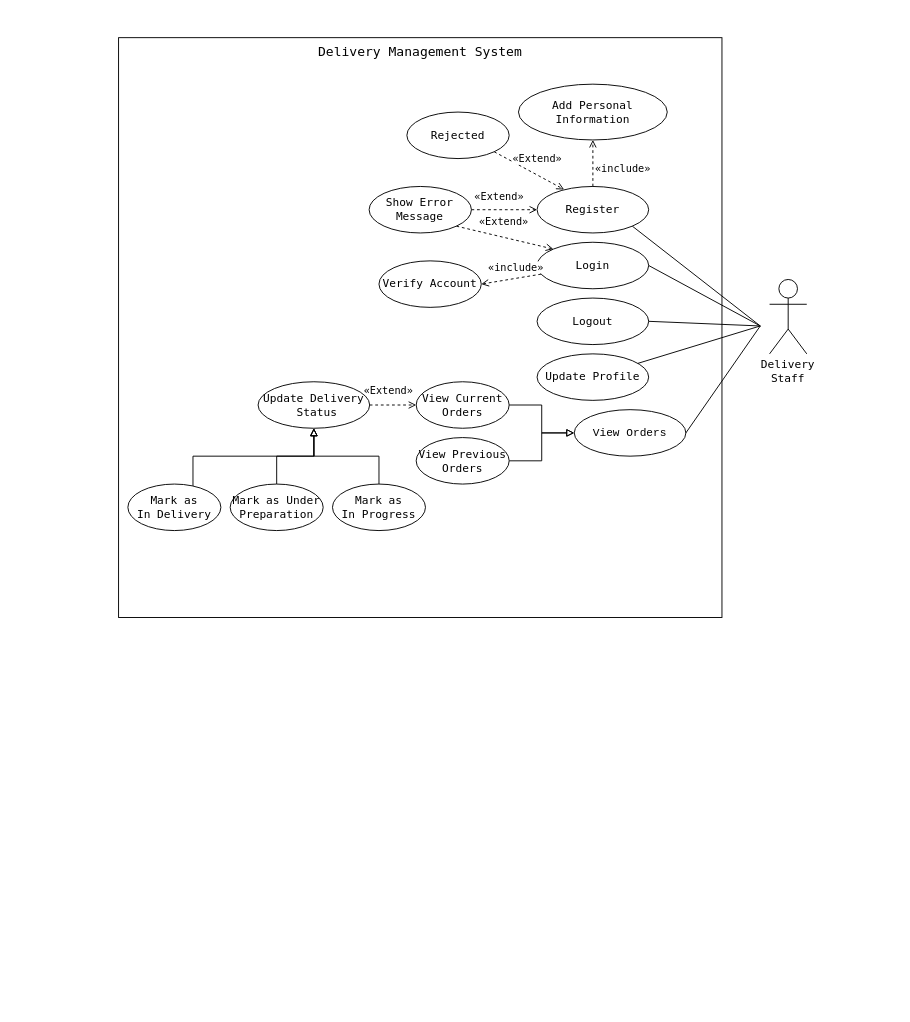
Before: UseCases/Delivery_Staff.drawio in Klvvr1/BrightClean, a draw.io diagram. Source tidied: cells renumbered, new cells numbered last; positions are measured from the earlier drawing's top-left corner, leaving out a move shared by most shapes. Both pictures are drawn from the tidied source at 93%, with x=0, y=0 at pixel (118, 37).
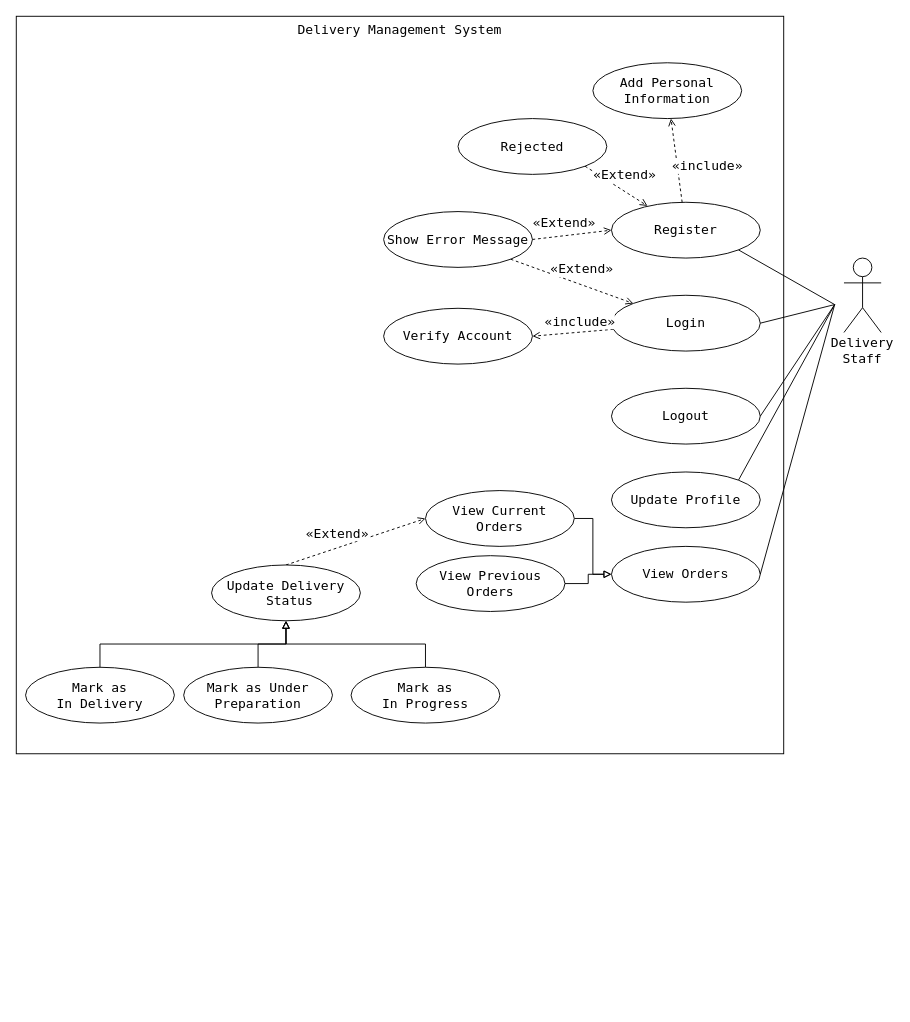
After the change.

Diff of the diagram source:
```diff
@@
-    <mxCell id="2" value="&lt;p style=&quot;margin-bottom: 500px; margin-top: 0px; padding-bottom: 0px;&quot;&gt;&lt;font style=&quot;font-size: 14px;&quot;&gt;Delivery Management System&lt;/font&gt;&lt;/p&gt;&lt;p style=&quot;margin-bottom: 500px; margin-top: 0px; padding-bottom: 0px;&quot;&gt;&lt;font style=&quot;font-size: 14px;&quot;&gt;&lt;br&gt;&lt;/font&gt;&lt;/p&gt;" style="whiteSpace=wrap;html=1;fillColor=none;fontFamily=monospace;align=center;verticalAlign=top;" parent="1" vertex="1">
-      <mxGeometry width="648.8" height="623.5" as="geometry" />
+    <mxCell id="2" value="&lt;p style=&quot;margin-bottom: 500px; margin-top: 0px; padding-bottom: 0px;&quot;&gt;&lt;font&gt;Delivery Management System&lt;/font&gt;&lt;/p&gt;&lt;p style=&quot;margin-bottom: 500px; margin-top: 0px; padding-bottom: 0px;&quot;&gt;&lt;font&gt;&lt;br&gt;&lt;/font&gt;&lt;/p&gt;" style="whiteSpace=wrap;html=1;fillColor=none;fontFamily=monospace;align=center;verticalAlign=top;fontSize=14;" parent="1" vertex="1">
+      <mxGeometry x="-110" y="-23" width="825.2" height="793" as="geometry" />
     </mxCell>
-    <mxCell id="3" style="shape=umlActor;verticalAlign=bottom;align=center;fontFamily=monospace;" parent="1" vertex="1">
-      <mxGeometry x="700" y="260" width="40" height="80" as="geometry" />
+    <mxCell id="3" style="shape=umlActor;verticalAlign=bottom;align=center;fontFamily=monospace;fontSize=14;" parent="1" vertex="1">
+      <mxGeometry x="780" y="237" width="40" height="80" as="geometry" />
     </mxCell>
-    <mxCell id="4" value="Login" style="ellipse;whiteSpace=wrap;html=1;fontFamily=monospace;" parent="1" vertex="1">
-      <mxGeometry x="450" y="220" width="120" height="50" as="geometry" />
+    <mxCell id="4" value="Login" style="ellipse;whiteSpace=wrap;html=1;fontFamily=monospace;fontSize=14;" parent="1" vertex="1">
+      <mxGeometry x="530" y="277" width="160" height="60" as="geometry" />
     </mxCell>
-    <mxCell id="5" value="Logout" style="ellipse;whiteSpace=wrap;html=1;fontFamily=monospace;" parent="1" vertex="1">
-      <mxGeometry x="450" y="280" width="120" height="50" as="geometry" />
+    <mxCell id="5" value="Logout" style="ellipse;whiteSpace=wrap;html=1;fontFamily=monospace;fontSize=14;" parent="1" vertex="1">
+      <mxGeometry x="530" y="377" width="160" height="60" as="geometry" />
     </mxCell>
-    <mxCell id="6" value="&lt;code&gt;View Orders&lt;/code&gt;" style="ellipse;whiteSpace=wrap;html=1;fontFamily=monospace;" parent="1" vertex="1">
-      <mxGeometry x="490" y="400" width="120" height="50" as="geometry" />
+    <mxCell id="6" value="&lt;code&gt;View Orders&lt;/code&gt;" style="ellipse;whiteSpace=wrap;html=1;fontFamily=monospace;fontSize=14;" parent="1" vertex="1">
+      <mxGeometry x="530" y="547" width="160" height="60" as="geometry" />
     </mxCell>
-    <mxCell id="7" value="Update Profile" style="ellipse;whiteSpace=wrap;html=1;fontFamily=monospace;" parent="1" vertex="1">
-      <mxGeometry x="450" y="340" width="120" height="50" as="geometry" />
+    <mxCell id="7" value="Update Profile" style="ellipse;whiteSpace=wrap;html=1;fontFamily=monospace;fontSize=14;" parent="1" vertex="1">
+      <mxGeometry x="530" y="467" width="160" height="60" as="geometry" />
     </mxCell>
-    <mxCell id="8" style="endArrow=none;html=1;endFill=0;entryX=1;entryY=0.5;entryDx=0;entryDy=0;fontFamily=monospace;" parent="1" edge="1" target="4">
+    <mxCell id="8" style="endArrow=none;html=1;endFill=0;entryX=1;entryY=0.5;entryDx=0;entryDy=0;fontFamily=monospace;fontSize=14;" parent="1" edge="1" target="4">
       <mxGeometry relative="1" as="geometry">
-        <mxPoint x="690" y="310" as="sourcePoint" />
+        <mxPoint x="770" y="287" as="sourcePoint" />
       </mxGeometry>
     </mxCell>
-    <mxCell id="9" style="endArrow=none;html=1;endFill=0;entryX=1;entryY=0.5;entryDx=0;entryDy=0;fontFamily=monospace;" parent="1" edge="1" target="5">
+    <mxCell id="9" style="endArrow=none;html=1;endFill=0;entryX=1;entryY=0.5;entryDx=0;entryDy=0;fontFamily=monospace;fontSize=14;" parent="1" edge="1" target="5">
       <mxGeometry relative="1" as="geometry">
-        <mxPoint x="690" y="310" as="sourcePoint" />
+        <mxPoint x="770" y="287" as="sourcePoint" />
       </mxGeometry>
     </mxCell>
-    <mxCell id="10" style="endArrow=none;html=1;endFill=0;entryX=1;entryY=0.5;entryDx=0;entryDy=0;fontFamily=monospace;" parent="1" edge="1" target="6">
+    <mxCell id="10" style="endArrow=none;html=1;endFill=0;entryX=1;entryY=0.5;entryDx=0;entryDy=0;fontFamily=monospace;fontSize=14;" parent="1" edge="1" target="6">
       <mxGeometry relative="1" as="geometry">
-        <mxPoint x="690" y="310" as="sourcePoint" />
+        <mxPoint x="770" y="287" as="sourcePoint" />
       </mxGeometry>
     </mxCell>
-    <mxCell id="11" style="endArrow=none;html=1;endFill=0;fontFamily=monospace;" parent="1" edge="1" target="7">
+    <mxCell id="11" style="endArrow=none;html=1;endFill=0;fontFamily=monospace;fontSize=14;entryX=1;entryY=0;entryDx=0;entryDy=0;" parent="1" edge="1" target="7">
       <mxGeometry relative="1" as="geometry">
-        <mxPoint x="690" y="310" as="sourcePoint" />
+        <mxPoint x="770" y="287" as="sourcePoint" />
       </mxGeometry>
     </mxCell>
-    <mxCell id="12" value="Register" style="ellipse;whiteSpace=wrap;html=1;fontFamily=monospace;" parent="1" vertex="1">
-      <mxGeometry x="450" y="160" width="120" height="50" as="geometry" />
+    <mxCell id="12" value="Register" style="ellipse;whiteSpace=wrap;html=1;fontFamily=monospace;fontSize=14;" parent="1" vertex="1">
+      <mxGeometry x="530" y="177" width="160" height="60" as="geometry" />
     </mxCell>
-    <mxCell id="13" style="endArrow=none;html=1;entryX=1;entryY=1;entryDx=0;entryDy=0;endFill=0;fontFamily=monospace;" parent="1" edge="1" target="12">
+    <mxCell id="13" style="endArrow=none;html=1;entryX=1;entryY=1;entryDx=0;entryDy=0;endFill=0;fontFamily=monospace;fontSize=14;" parent="1" edge="1" target="12">
       <mxGeometry relative="1" as="geometry">
-        <mxPoint x="690" y="310" as="sourcePoint" />
+        <mxPoint x="770" y="287" as="sourcePoint" />
       </mxGeometry>
     </mxCell>
-    <mxCell id="14" value="Add Personal Information" style="ellipse;whiteSpace=wrap;html=1;fontFamily=monospace;" parent="1" vertex="1">
-      <mxGeometry x="430" y="50" width="160" height="60" as="geometry" />
+    <mxCell id="14" value="Add Personal Information" style="ellipse;whiteSpace=wrap;html=1;fontFamily=monospace;fontSize=14;" parent="1" vertex="1">
+      <mxGeometry x="510" y="27" width="160" height="60" as="geometry" />
     </mxCell>
-    <mxCell id="15" value="Rejected" style="ellipse;whiteSpace=wrap;html=1;fontFamily=monospace;" parent="1" vertex="1">
-      <mxGeometry x="310" y="80" width="110" height="50" as="geometry" />
+    <mxCell id="15" value="Rejected" style="ellipse;whiteSpace=wrap;html=1;fontFamily=monospace;fontSize=14;" parent="1" vertex="1">
+      <mxGeometry x="365" y="87" width="160" height="60" as="geometry" />
     </mxCell>
-    <mxCell id="16" value="Show Error Message" style="ellipse;whiteSpace=wrap;html=1;fontFamily=monospace;" parent="1" vertex="1">
-      <mxGeometry x="269.4" y="160" width="110" height="50" as="geometry" />
+    <mxCell id="16" value="Show Error Message" style="ellipse;whiteSpace=wrap;html=1;fontFamily=monospace;fontSize=14;" parent="1" vertex="1">
+      <mxGeometry x="285" y="187" width="160" height="60" as="geometry" />
     </mxCell>
-    <mxCell id="17" value="«include»" style="dashed=1;endArrow=open;html=1;fontFamily=monospace;" parent="1" edge="1" source="12" target="14">
+    <mxCell id="17" value="«include»" style="dashed=1;endArrow=open;html=1;fontFamily=monospace;fontSize=14;" parent="1" edge="1" source="12" target="14">
       <mxGeometry x="-0.23" y="-32" relative="1" as="geometry" />
     </mxCell>
-    <mxCell id="18" value="«Extend»" style="dashed=1;endArrow=open;html=1;entryX=0.242;entryY=0.065;entryDx=0;entryDy=0;fontFamily=monospace;exitX=1;exitY=1;exitDx=0;exitDy=0;entryPerimeter=0;" parent="1" edge="1" source="15" target="12">
+    <mxCell id="18" value="«Extend»" style="dashed=1;endArrow=open;html=1;entryX=0.242;entryY=0.065;entryDx=0;entryDy=0;fontFamily=monospace;exitX=1;exitY=1;exitDx=0;exitDy=0;entryPerimeter=0;fontSize=14;" parent="1" edge="1" source="15" target="12">
       <mxGeometry x="0.03" y="15" relative="1" as="geometry" />
     </mxCell>
-    <mxCell id="19" value="«Extend»" style="dashed=1;endArrow=open;html=1;fontFamily=monospace;entryX=0;entryY=0.5;entryDx=0;entryDy=0;exitX=1;exitY=0.5;exitDx=0;exitDy=0;" parent="1" edge="1" source="16" target="12">
+    <mxCell id="19" value="«Extend»" style="dashed=1;endArrow=open;html=1;fontFamily=monospace;entryX=0;entryY=0.5;entryDx=0;entryDy=0;exitX=1;exitY=0.5;exitDx=0;exitDy=0;fontSize=14;" parent="1" edge="1" source="16" target="12">
       <mxGeometry x="-0.15" y="14" relative="1" as="geometry" />
     </mxCell>
-    <mxCell id="20" value="Verify Account" style="ellipse;whiteSpace=wrap;html=1;fontFamily=monospace;" parent="1" vertex="1">
-      <mxGeometry x="280" y="240" width="110" height="50" as="geometry" />
+    <mxCell id="20" value="Verify Account" style="ellipse;whiteSpace=wrap;html=1;fontFamily=monospace;fontSize=14;" parent="1" vertex="1">
+      <mxGeometry x="285" y="291" width="160" height="60" as="geometry" />
     </mxCell>
-    <mxCell id="21" value="«include»" style="dashed=1;endArrow=open;html=1;entryX=1;entryY=0.5;entryDx=0;entryDy=0;fontFamily=monospace;" parent="1" edge="1" source="4" target="20">
+    <mxCell id="21" value="«include»" style="dashed=1;endArrow=open;html=1;entryX=1;entryY=0.5;entryDx=0;entryDy=0;fontFamily=monospace;fontSize=14;" parent="1" edge="1" source="4" target="20">
       <mxGeometry x="-0.19" y="-12" relative="1" as="geometry" />
     </mxCell>
-    <mxCell id="22" value="«Extend»" style="dashed=1;endArrow=open;html=1;exitX=1;exitY=1;exitDx=0;exitDy=0;entryX=0;entryY=0;entryDx=0;entryDy=0;fontFamily=monospace;" parent="1" edge="1" source="16" target="4">
-      <mxGeometry x="-0.11" y="16" relative="1" as="geometry" />
+    <mxCell id="22" value="«Extend»" style="dashed=1;endArrow=open;html=1;exitX=1;exitY=1;exitDx=0;exitDy=0;entryX=0;entryY=0;entryDx=0;entryDy=0;fontFamily=monospace;fontSize=14;" parent="1" edge="1" source="16" target="4">
+      <mxGeometry x="0.09" y="16" relative="1" as="geometry" />
     </mxCell>
-    <mxCell id="23" style="edgeStyle=orthogonalEdgeStyle;rounded=0;jettySize=auto;html=1;fontFamily=monospace;endArrow=block;endFill=0;" parent="1" edge="1" source="24" target="6">
+    <mxCell id="23" style="edgeStyle=orthogonalEdgeStyle;rounded=0;jettySize=auto;html=1;fontFamily=monospace;endArrow=block;endFill=0;fontSize=14;" parent="1" edge="1" source="24" target="6">
       <mxGeometry relative="1" as="geometry" />
     </mxCell>
-    <mxCell id="24" value="View Previous Orders" style="ellipse;whiteSpace=wrap;html=1;fontFamily=monospace;" parent="1" vertex="1">
-      <mxGeometry x="320" y="430" width="100" height="50" as="geometry" />
+    <mxCell id="24" value="View Previous Orders" style="ellipse;whiteSpace=wrap;html=1;fontFamily=monospace;fontSize=14;" parent="1" vertex="1">
+      <mxGeometry x="320" y="557" width="160" height="60" as="geometry" />
     </mxCell>
-    <mxCell id="25" style="edgeStyle=orthogonalEdgeStyle;rounded=0;jettySize=auto;html=1;fontFamily=monospace;endArrow=block;endFill=0;" parent="1" edge="1" source="26" target="6">
+    <mxCell id="25" style="edgeStyle=orthogonalEdgeStyle;rounded=0;jettySize=auto;html=1;fontFamily=monospace;endArrow=block;endFill=0;fontSize=14;" parent="1" edge="1" source="26" target="6">
       <mxGeometry relative="1" as="geometry" />
     </mxCell>
-    <mxCell id="26" value="View Current Orders" style="ellipse;whiteSpace=wrap;html=1;fontFamily=monospace;" parent="1" vertex="1">
-      <mxGeometry x="320" y="370" width="100" height="50" as="geometry" />
+    <mxCell id="26" value="View Current Orders" style="ellipse;whiteSpace=wrap;html=1;fontFamily=monospace;fontSize=14;" parent="1" vertex="1">
+      <mxGeometry x="330" y="487" width="160" height="60" as="geometry" />
     </mxCell>
-    <mxCell id="27" value="«Extend»" style="dashed=1;endArrow=open;html=1;entryX=0;entryY=0.5;entryDx=0;entryDy=0;fontFamily=monospace;exitX=1;exitY=0.5;exitDx=0;exitDy=0;" parent="1" edge="1" source="28" target="26">
+    <mxCell id="27" value="«Extend»" style="dashed=1;endArrow=open;html=1;entryX=0;entryY=0.5;entryDx=0;entryDy=0;fontFamily=monospace;exitX=0.5;exitY=0;exitDx=0;exitDy=0;fontSize=14;" parent="1" edge="1" source="28" target="26">
       <mxGeometry x="-0.2" y="15" relative="1" as="geometry" />
     </mxCell>
-    <mxCell id="28" value="Update Delivery&lt;div&gt;&lt;span style=&quot;background-color: transparent; color: light-dark(rgb(0, 0, 0), rgb(255, 255, 255));&quot;&gt;&amp;nbsp;Status&lt;/span&gt;&lt;/div&gt;" style="ellipse;whiteSpace=wrap;html=1;fontFamily=monospace;" parent="1" vertex="1">
-      <mxGeometry x="150" y="370" width="120" height="50" as="geometry" />
+    <mxCell id="28" value="Update Delivery&lt;div&gt;&lt;span style=&quot;background-color: transparent; color: light-dark(rgb(0, 0, 0), rgb(255, 255, 255));&quot;&gt;&amp;nbsp;Status&lt;/span&gt;&lt;/div&gt;" style="ellipse;whiteSpace=wrap;html=1;fontFamily=monospace;fontSize=14;" parent="1" vertex="1">
+      <mxGeometry x="100" y="567" width="160" height="60" as="geometry" />
     </mxCell>
-    <mxCell id="29" style="edgeStyle=orthogonalEdgeStyle;rounded=0;jettySize=auto;html=1;exitX=0.5;exitY=0;exitDx=0;exitDy=0;endArrow=block;endFill=0;fontFamily=monospace;" parent="1" edge="1" source="30" target="28">
+    <mxCell id="29" style="edgeStyle=orthogonalEdgeStyle;rounded=0;jettySize=auto;html=1;exitX=0.5;exitY=0;exitDx=0;exitDy=0;endArrow=block;endFill=0;fontFamily=monospace;fontSize=14;" parent="1" edge="1" source="30" target="28">
       <mxGeometry relative="1" as="geometry" />
     </mxCell>
-    <mxCell id="30" value="Mark as&lt;div&gt;In Progress&lt;/div&gt;" style="ellipse;whiteSpace=wrap;html=1;fontFamily=monospace;" parent="1" vertex="1">
-      <mxGeometry x="230" y="480" width="100" height="50" as="geometry" />
+    <mxCell id="30" value="Mark as&lt;div&gt;In Progress&lt;/div&gt;" style="ellipse;whiteSpace=wrap;html=1;fontFamily=monospace;fontSize=14;" parent="1" vertex="1">
+      <mxGeometry x="250" y="677" width="160" height="60" as="geometry" />
     </mxCell>
-    <mxCell id="31" style="edgeStyle=orthogonalEdgeStyle;rounded=0;jettySize=auto;html=1;endArrow=block;endFill=0;fontFamily=monospace;" parent="1" edge="1" source="32" target="28">
+    <mxCell id="31" style="edgeStyle=orthogonalEdgeStyle;rounded=0;jettySize=auto;html=1;endArrow=block;endFill=0;fontFamily=monospace;fontSize=14;" parent="1" edge="1" source="32" target="28">
       <mxGeometry relative="1" as="geometry" />
     </mxCell>
-    <mxCell id="32" value="Mark as&amp;nbsp;&lt;span style=&quot;background-color: transparent; color: light-dark(rgb(0, 0, 0), rgb(255, 255, 255));&quot;&gt;Under Preparation&lt;/span&gt;" style="ellipse;whiteSpace=wrap;html=1;fontFamily=monospace;" parent="1" vertex="1">
-      <mxGeometry x="120" y="480" width="100" height="50" as="geometry" />
+    <mxCell id="32" value="Mark as&amp;nbsp;&lt;span style=&quot;background-color: transparent; color: light-dark(rgb(0, 0, 0), rgb(255, 255, 255));&quot;&gt;Under Preparation&lt;/span&gt;" style="ellipse;whiteSpace=wrap;html=1;fontFamily=monospace;fontSize=14;" parent="1" vertex="1">
+      <mxGeometry x="70" y="677" width="160" height="60" as="geometry" />
     </mxCell>
-    <mxCell id="33" value="Delivery&lt;div&gt;Staff&lt;/div&gt;" style="text;html=1;whiteSpace=wrap;strokeColor=none;fillColor=none;align=center;verticalAlign=middle;rounded=0;fontFamily=monospace;" parent="1" vertex="1">
-      <mxGeometry x="690" y="344" width="60" height="30" as="geometry" />
+    <mxCell id="33" value="Delivery&lt;div&gt;Staff&lt;/div&gt;" style="text;html=1;whiteSpace=wrap;strokeColor=none;fillColor=none;align=center;verticalAlign=middle;rounded=0;fontFamily=monospace;fontSize=14;" parent="1" vertex="1">
+      <mxGeometry x="770" y="321" width="60" height="30" as="geometry" />
     </mxCell>
+    <mxCell id="35" value="Mark as&lt;div&gt;In Delivery&lt;/div&gt;" style="ellipse;whiteSpace=wrap;html=1;fontFamily=monospace;fontSize=14;" parent="1" vertex="1">
+      <mxGeometry x="-100" y="677" width="160" height="60" as="geometry" />
+    </mxCell>
-    <mxCell id="34" style="edgeStyle=orthogonalEdgeStyle;rounded=0;jettySize=auto;html=1;endArrow=block;endFill=0;fontFamily=monospace;curved=0;" parent="1" edge="1" source="35" target="28">
-      <mxGeometry relative="1" as="geometry">
-        <Array as="points">
-          <mxPoint x="80" y="450" />
-          <mxPoint x="210" y="450" />
-        </Array>
-      </mxGeometry>
+    <mxCell id="34" style="edgeStyle=orthogonalEdgeStyle;rounded=0;jettySize=auto;html=1;endArrow=block;endFill=0;fontFamily=monospace;fontSize=14;exitX=0.5;exitY=0;exitDx=0;exitDy=0;entryX=0.5;entryY=1;entryDx=0;entryDy=0;" parent="1" edge="1" source="35" target="28">
+      <mxGeometry relative="1" as="geometry" />
     </mxCell>
-    <mxCell id="35" value="Mark as&lt;div&gt;In Delivery&lt;/div&gt;" style="ellipse;whiteSpace=wrap;html=1;fontFamily=monospace;" parent="1" vertex="1">
-      <mxGeometry x="10" y="480" width="100" height="50" as="geometry" />
-    </mxCell>
```
